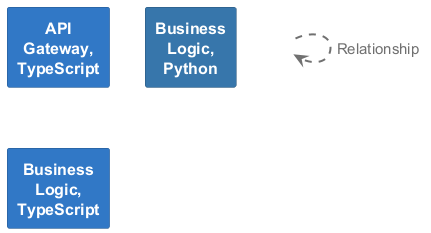
The PlantUML diagram docs/architecture/diagrams/structurizr-Containers-key.png in chrislyons-dev/bond-math, before a commit.
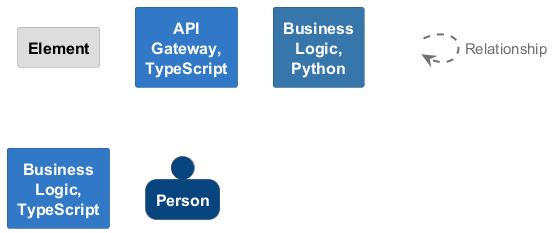
The same file after the commit.

What changed in the source:
```diff
@@ -17,28 +17,42 @@
 }
 
 skinparam rectangle<<1>> {
+  BackgroundColor #dddddd
+  FontColor #000000
+  BorderColor #9a9a9a
+}
+rectangle "==Element" <<1>>
+
+skinparam rectangle<<2>> {
   BackgroundColor #3178c6
   FontColor #ffffff
   BorderColor #22548a
 }
-rectangle "==API Gateway, TypeScript" <<1>>
+rectangle "==API Gateway, TypeScript" <<2>>
 
-skinparam rectangle<<2>> {
+skinparam rectangle<<3>> {
   BackgroundColor #3776ab
   FontColor #ffffff
   BorderColor #265277
 }
-rectangle "==Business Logic, Python" <<2>>
+rectangle "==Business Logic, Python" <<3>>
 
-skinparam rectangle<<3>> {
+skinparam rectangle<<4>> {
   BackgroundColor #3178c6
   FontColor #ffffff
   BorderColor #22548a
 }
-rectangle "==Business Logic, TypeScript" <<3>>
+rectangle "==Business Logic, TypeScript" <<4>>
 
-rectangle "." <<_transparent>> as 4
-4 .[#707070,thickness=2].> 4 : "<color:#707070>Relationship"
+skinparam person<<5>> {
+  BackgroundColor #08457e
+  FontColor #ffffff
+  BorderColor #053058
+}
+person "==Person" <<5>>
+
+rectangle "." <<_transparent>> as 6
+6 .[#707070,thickness=2].> 6 : "<color:#707070>Relationship"
 
 
 @enduml
```
